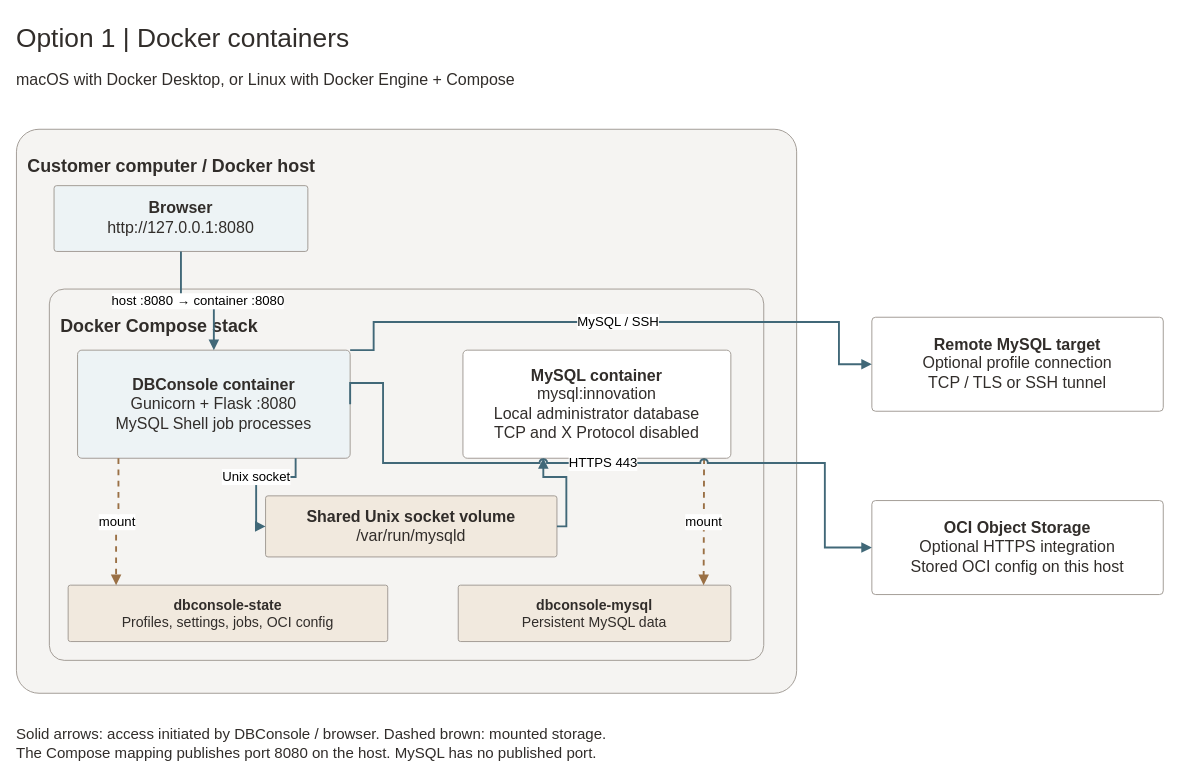
Before: docs/diagrams/architecture-docker.drawio in ivanxma/mysqlconsole, a draw.io diagram. Source tidied: cells renumbered, new cells numbered last; positions are measured from the earlier drawing's top-left corner, leaving out a move shared by most shapes. Both pictures are drawn from the tidied source at 94%, with x=0, y=0 at pixel (16, 16).
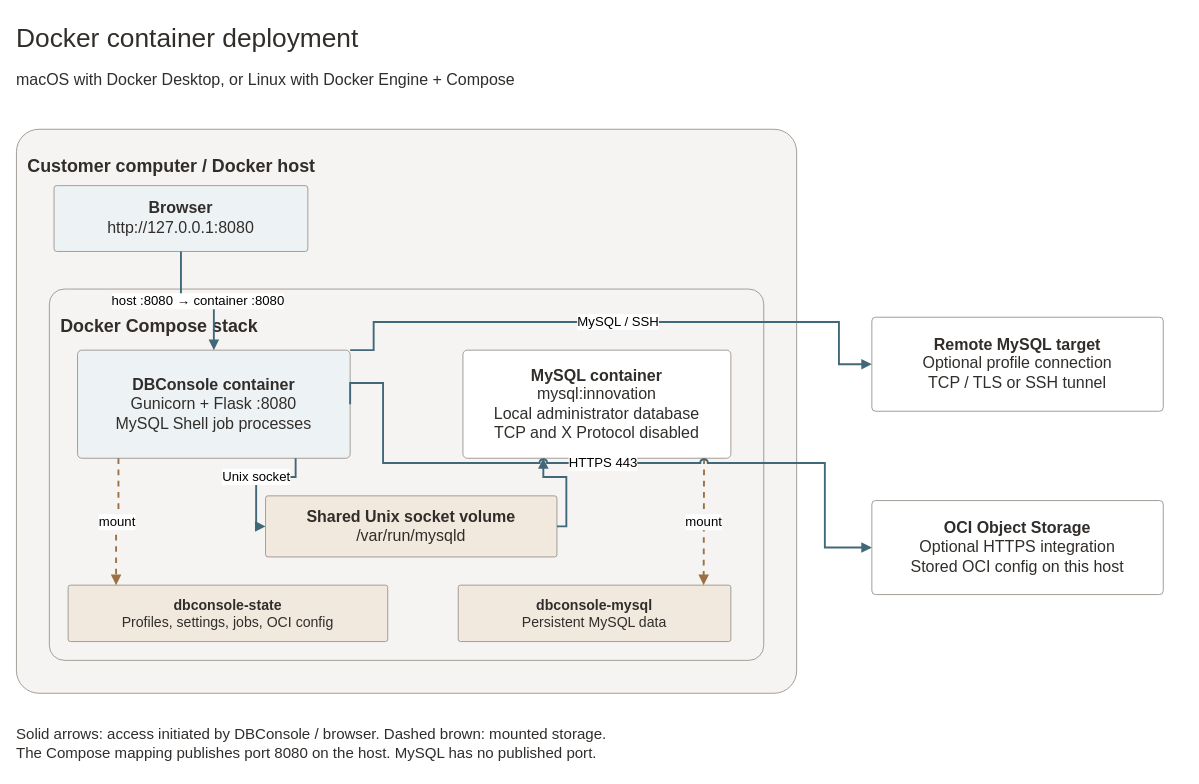
Above is the later version.

Commit message (it also covers changes not shown here):
docs: remove conflicting deployment option numbers

The edit, as a diff of the source:
```diff
@@
-    <mxCell id="2" value="Option 1  |  Docker containers" style="rounded=1;arcSize=4;whiteSpace=wrap;html=1;fontFamily=Helvetica;fontSize=17;fontColor=#312D2A;fillColor=#FFFFFF;strokeColor=#9E9892;spacing=12;fillColor=none;strokeColor=none;align=left;spacing=0;fontSize=28;" parent="1" vertex="1">
+    <mxCell id="2" value="Docker container deployment" style="rounded=1;arcSize=4;whiteSpace=wrap;html=1;fontFamily=Helvetica;fontSize=17;fontColor=#312D2A;fillColor=#FFFFFF;strokeColor=#9E9892;spacing=12;fillColor=none;strokeColor=none;align=left;spacing=0;fontSize=28;" parent="1" vertex="1">
       <mxGeometry width="1240" height="45" as="geometry" />
     </mxCell>
```
